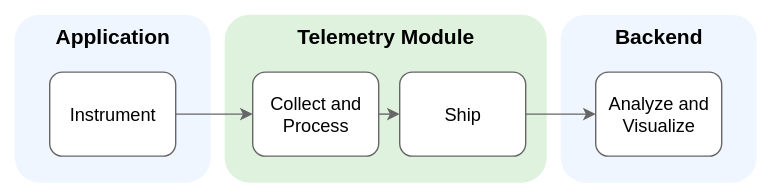
kyma-project/telemetry-manager keeps this draw.io diagram as docs/user/assets/telemetry-stages.drawio.svg. Above is the earlier version. Source tidied: cells renumbered, new cells last; positions are measured from the earlier drawing's top-left corner, leaving out a move shared by most shapes.
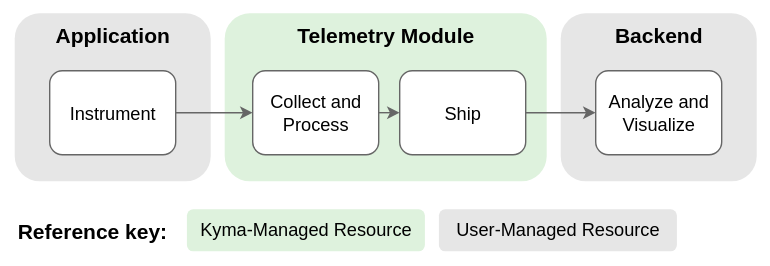
Above is the later version.

Commit message:
update OTLP Input and Telemetry Stages

Change to the diagram source:
```diff
@@ -3,18 +3,18 @@
     <mxCell id="0" />
     <mxCell id="1" parent="0" />
     <mxCell id="2" style="rounded=0;whiteSpace=wrap;html=1;strokeColor=none;" parent="1" vertex="1">
-      <mxGeometry width="550" height="140" as="geometry" />
+      <mxGeometry width="550" height="190" as="geometry" />
     </mxCell>
     <mxCell id="3" value="&lt;font style=&quot;font-size: 15px;&quot;&gt;&lt;b&gt;Telemetry Module&lt;/b&gt;&lt;/font&gt;" style="rounded=1;whiteSpace=wrap;html=1;strokeColor=none;fontSize=13;dashed=1;dashPattern=8 8;fillColor=light-dark(#DEF2DD,#EDEDED);verticalAlign=top;spacingBottom=7;" parent="1" vertex="1">
       <mxGeometry x="160" y="10" width="230" height="120" as="geometry" />
     </mxCell>
-    <mxCell id="4" value="&lt;font style=&quot;font-size: 15px;&quot;&gt;&lt;b style=&quot;font-size: 15px;&quot;&gt;Backend&lt;br style=&quot;font-size: 15px;&quot;&gt;&lt;/b&gt;&lt;/font&gt;" style="rounded=1;whiteSpace=wrap;html=1;fillColor=#F0F6FF;strokeColor=none;fontSize=15;verticalAlign=top;" parent="1" vertex="1">
+    <mxCell id="4" value="&lt;font style=&quot;font-size: 15px;&quot;&gt;&lt;b style=&quot;font-size: 15px;&quot;&gt;Backend&lt;br style=&quot;font-size: 15px;&quot;&gt;&lt;/b&gt;&lt;/font&gt;" style="rounded=1;whiteSpace=wrap;html=1;fillColor=light-dark(#e6e6e6, #161b23);strokeColor=none;fontSize=15;verticalAlign=top;" parent="1" vertex="1">
       <mxGeometry x="400" y="10" width="140" height="120" as="geometry" />
     </mxCell>
     <mxCell id="5" style="edgeStyle=none;html=1;exitX=1;exitY=0.5;exitDx=0;exitDy=0;entryX=0;entryY=0.5;entryDx=0;entryDy=0;strokeColor=#666666;" parent="1" edge="1" source="11" target="9">
       <mxGeometry relative="1" as="geometry" />
     </mxCell>
-    <mxCell id="6" value="&lt;b style=&quot;border-color: var(--border-color); font-size: 15px;&quot;&gt;Application&lt;br style=&quot;font-size: 15px;&quot;&gt;&lt;/b&gt;" style="rounded=1;whiteSpace=wrap;html=1;fillColor=#F0F6FF;strokeColor=none;fontSize=15;verticalAlign=top;" parent="1" vertex="1">
+    <mxCell id="6" value="&lt;b style=&quot;border-color: var(--border-color); font-size: 15px;&quot;&gt;Application&lt;br style=&quot;font-size: 15px;&quot;&gt;&lt;/b&gt;" style="rounded=1;whiteSpace=wrap;html=1;fillColor=light-dark(#e6e6e6, #161b23);strokeColor=none;fontSize=15;verticalAlign=top;" parent="1" vertex="1">
       <mxGeometry x="10" y="10" width="140" height="120" as="geometry" />
     </mxCell>
     <mxCell id="7" value="Instrument" style="rounded=1;whiteSpace=wrap;html=1;strokeColor=#666666;fontSize=13;" parent="1" vertex="1">
@@ -35,5 +35,14 @@
     <mxCell id="12" style="edgeStyle=none;html=1;exitX=1;exitY=0.5;exitDx=0;exitDy=0;entryX=0;entryY=0.5;entryDx=0;entryDy=0;strokeColor=#666666;" parent="1" edge="1" source="8" target="11">
       <mxGeometry relative="1" as="geometry" />
     </mxCell>
+    <mxCell id="13" value="&lt;font style=&quot;font-size: 15px;&quot;&gt;&lt;b&gt;Reference key:&lt;/b&gt;&lt;/font&gt;" style="text;html=1;align=center;verticalAlign=middle;strokeColor=none;fillColor=default;" parent="1" vertex="1">
+      <mxGeometry y="150" width="130" height="30" as="geometry" />
+    </mxCell>
+    <mxCell id="14" value="&lt;span style=&quot;color: rgb(0, 0, 0); font-family: Helvetica; font-size: 13px; font-style: normal; font-variant-ligatures: normal; font-variant-caps: normal; font-weight: 400; letter-spacing: normal; orphans: 2; text-indent: 0px; text-transform: none; widows: 2; word-spacing: 0px; -webkit-text-stroke-width: 0px; text-decoration-thickness: initial; text-decoration-style: initial; text-decoration-color: initial; float: none; display: inline !important;&quot;&gt;User-Managed Resource&lt;/span&gt;" style="text;whiteSpace=wrap;html=1;strokeColor=none;rounded=1;fillColor=#e6e6e6;align=center;fontSize=13;" parent="1" vertex="1">
+      <mxGeometry x="313" y="150" width="170" height="30" as="geometry" />
+    </mxCell>
+    <mxCell id="15" value="&lt;span style=&quot;color: rgb(0, 0, 0); font-family: Helvetica; font-size: 13px; font-style: normal; font-variant-ligatures: normal; font-variant-caps: normal; font-weight: 400; letter-spacing: normal; orphans: 2; text-indent: 0px; text-transform: none; widows: 2; word-spacing: 0px; -webkit-text-stroke-width: 0px; text-decoration-thickness: initial; text-decoration-style: initial; text-decoration-color: initial; float: none; display: inline !important;&quot;&gt;Kyma-Managed Resource&lt;/span&gt;" style="text;whiteSpace=wrap;html=1;strokeColor=none;rounded=1;fillColor=#def2dd;align=center;" parent="1" vertex="1">
+      <mxGeometry x="133" y="150" width="170" height="30" as="geometry" />
+    </mxCell>
   </root>
 </mxGraphModel>
```
